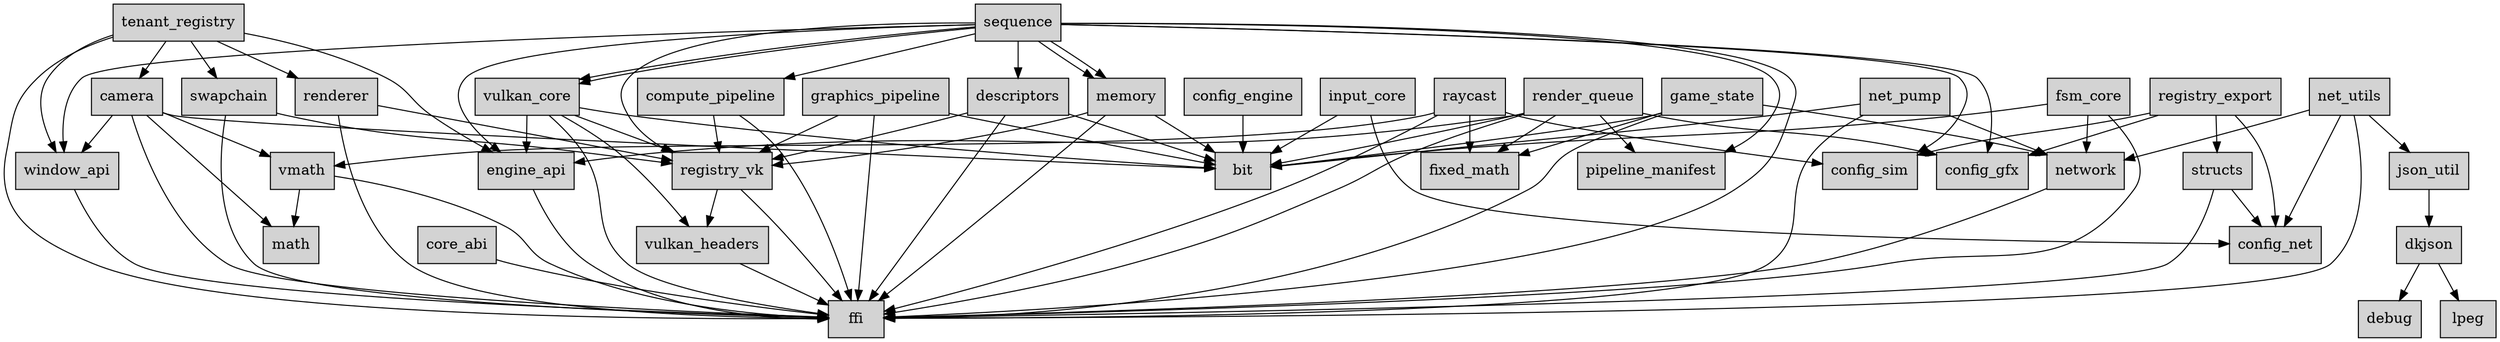
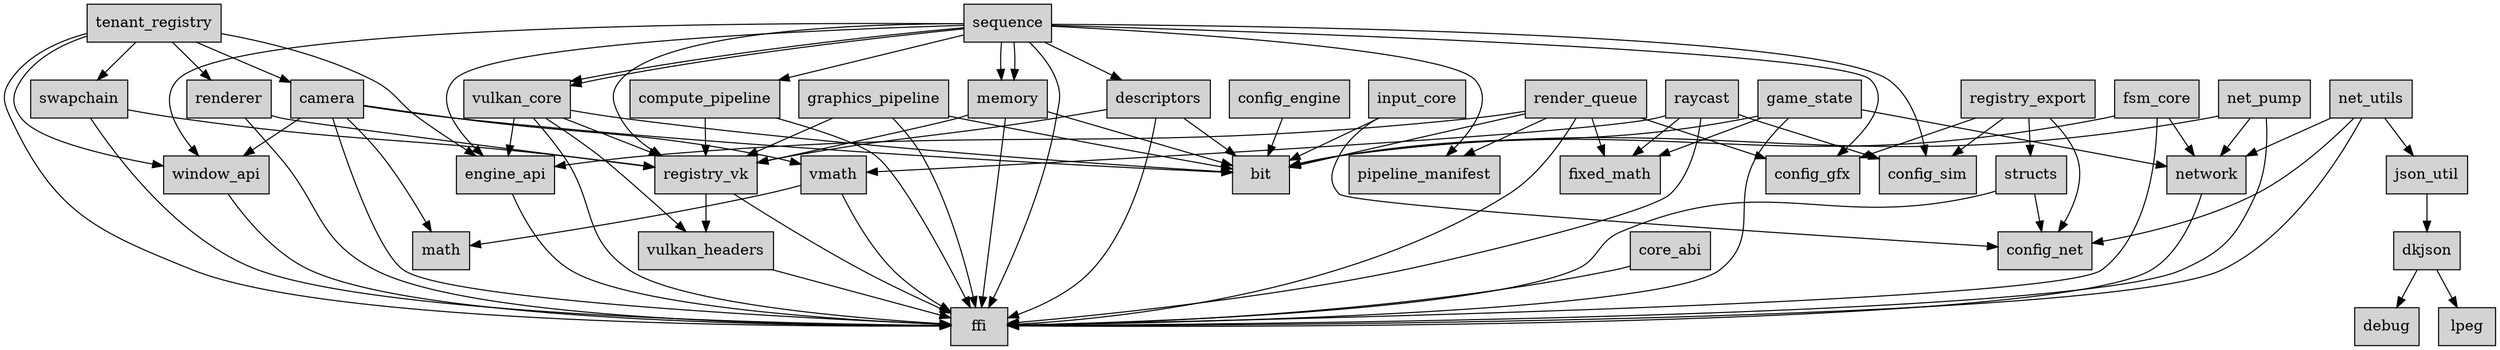
digraph WeaverEngine {
  node [shape=box, style=filled, fillcolor=lightgray];
-   "json_util" -> "dkjson";
-   "game_state" -> "ffi";
-   "game_state" -> "bit";
-   "game_state" -> "network";
-   "game_state" -> "fixed_math";
-   "config_net";
-   "renderer" -> "ffi";
-   "renderer" -> "registry_vk";
-   "pipeline_manifest";
-   "raycast" -> "ffi";
-   "raycast" -> "vmath";
-   "raycast" -> "fixed_math";
-   "raycast" -> "config_sim";
-   "network" -> "ffi";
-   "net_pump" -> "ffi";
-   "net_pump" -> "bit";
-   "net_pump" -> "network";
-   "compute_pipeline" -> "ffi";
-   "compute_pipeline" -> "registry_vk";
-   "input_core" -> "bit";
-   "input_core" -> "config_net";
-   "registry_vk" -> "ffi";
-   "registry_vk" -> "vulkan_headers";
-   "vulkan_core" -> "ffi";
-   "vulkan_core" -> "bit";
-   "vulkan_core" -> "vulkan_headers";
-   "vulkan_core" -> "registry_vk";
-   "vulkan_core" -> "engine_api";
-   "core_abi" -> "ffi";
-   "descriptors" -> "ffi";
-   "descriptors" -> "bit";
-   "descriptors" -> "registry_vk";
-   "swapchain" -> "ffi";
-   "swapchain" -> "registry_vk";
-   "graphics_pipeline" -> "ffi";
-   "graphics_pipeline" -> "bit";
-   "graphics_pipeline" -> "registry_vk";
-   "camera" -> "ffi";
-   "camera" -> "math";
-   "camera" -> "bit";
-   "camera" -> "vmath";
-   "camera" -> "window_api";
-   "config_gfx";
-   "dkjson" -> "debug";
-   "dkjson" -> "lpeg";
-   "structs" -> "ffi";
-   "structs" -> "config_net";
-   "window_api" -> "ffi";
-   "config_engine" -> "bit";
  "sequence" -> "ffi";
  "sequence" -> "registry_vk";
  "sequence" -> "pipeline_manifest";
  "sequence" -> "window_api";
  "sequence" -> "engine_api";
  "sequence" -> "config_gfx";
  "sequence" -> "config_sim";
  "sequence" -> "vulkan_core";
  "sequence" -> "vulkan_core";
  "sequence" -> "memory";
  "sequence" -> "descriptors";
  "sequence" -> "memory";
  "sequence" -> "compute_pipeline";
+   "network" -> "ffi";
+   "raycast" -> "ffi";
+   "raycast" -> "vmath";
+   "raycast" -> "fixed_math";
+   "raycast" -> "config_sim";
+   "engine_api" -> "ffi";
+   "camera" -> "ffi";
+   "camera" -> "math";
+   "camera" -> "bit";
+   "camera" -> "vmath";
+   "camera" -> "window_api";
+   "config_sim";
+   "registry_export" -> "structs";
+   "registry_export" -> "config_gfx";
+   "registry_export" -> "config_sim";
+   "registry_export" -> "config_net";
+   "config_net";
+   "fsm_core" -> "network";
+   "fsm_core" -> "bit";
+   "fsm_core" -> "ffi";
+   "descriptors" -> "ffi";
+   "descriptors" -> "bit";
+   "descriptors" -> "registry_vk";
+   "pipeline_manifest";
+   "core_abi" -> "ffi";
+   "registry_vk" -> "ffi";
+   "registry_vk" -> "vulkan_headers";
+   "config_gfx";
  "memory" -> "ffi";
  "memory" -> "bit";
  "memory" -> "registry_vk";
-   "config_sim";
-   "fsm_core" -> "network";
-   "fsm_core" -> "bit";
-   "fsm_core" -> "ffi";
  "net_utils" -> "ffi";
  "net_utils" -> "json_util";
  "net_utils" -> "config_net";
  "net_utils" -> "network";
-   "registry_export" -> "structs";
-   "registry_export" -> "config_gfx";
-   "registry_export" -> "config_sim";
-   "registry_export" -> "config_net";
-   "fixed_math";
-   "vulkan_headers" -> "ffi";
-   "vmath" -> "ffi";
-   "vmath" -> "math";
-   "engine_api" -> "ffi";
+   "vulkan_core" -> "ffi";
+   "vulkan_core" -> "bit";
+   "vulkan_core" -> "vulkan_headers";
+   "vulkan_core" -> "registry_vk";
+   "vulkan_core" -> "engine_api";
+   "renderer" -> "ffi";
+   "renderer" -> "registry_vk";
+   "dkjson" -> "debug";
+   "dkjson" -> "lpeg";
+   "structs" -> "ffi";
+   "structs" -> "config_net";
+   "json_util" -> "dkjson";
+   "config_engine" -> "bit";
  "tenant_registry" -> "ffi";
  "tenant_registry" -> "window_api";
  "tenant_registry" -> "engine_api";
  "tenant_registry" -> "swapchain";
  "tenant_registry" -> "renderer";
  "tenant_registry" -> "camera";
+   "swapchain" -> "ffi";
+   "swapchain" -> "registry_vk";
  "render_queue" -> "ffi";
  "render_queue" -> "pipeline_manifest";
  "render_queue" -> "bit";
  "render_queue" -> "fixed_math";
  "render_queue" -> "engine_api";
  "render_queue" -> "config_gfx";
+   "graphics_pipeline" -> "ffi";
+   "graphics_pipeline" -> "bit";
+   "graphics_pipeline" -> "registry_vk";
+   "input_core" -> "bit";
+   "input_core" -> "config_net";
+   "net_pump" -> "ffi";
+   "net_pump" -> "bit";
+   "net_pump" -> "network";
+   "window_api" -> "ffi";
+   "vulkan_headers" -> "ffi";
+   "fixed_math";
+   "game_state" -> "ffi";
+   "game_state" -> "bit";
+   "game_state" -> "network";
+   "game_state" -> "fixed_math";
+   "vmath" -> "ffi";
+   "vmath" -> "math";
+   "compute_pipeline" -> "ffi";
+   "compute_pipeline" -> "registry_vk";
}